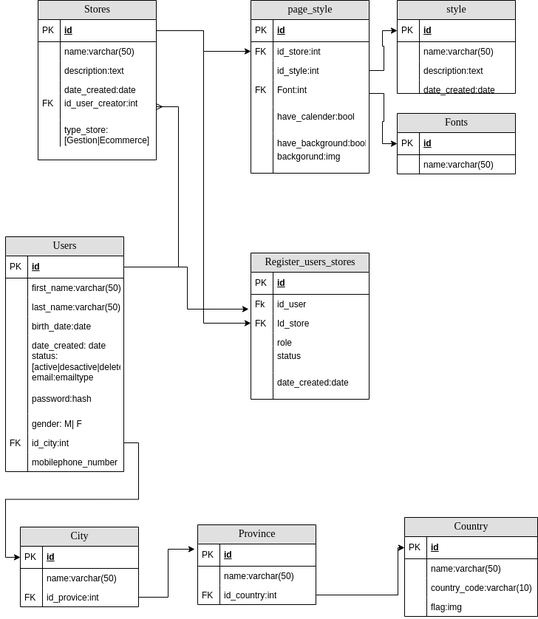
The draw.io diagram Untitled Diagram.drawio.png in facundoarguello/santwuald_backend, before a commit. Source tidied: cells renumbered, new cells last; positions are measured from the earlier drawing's top-left corner, leaving out a move shared by most shapes.
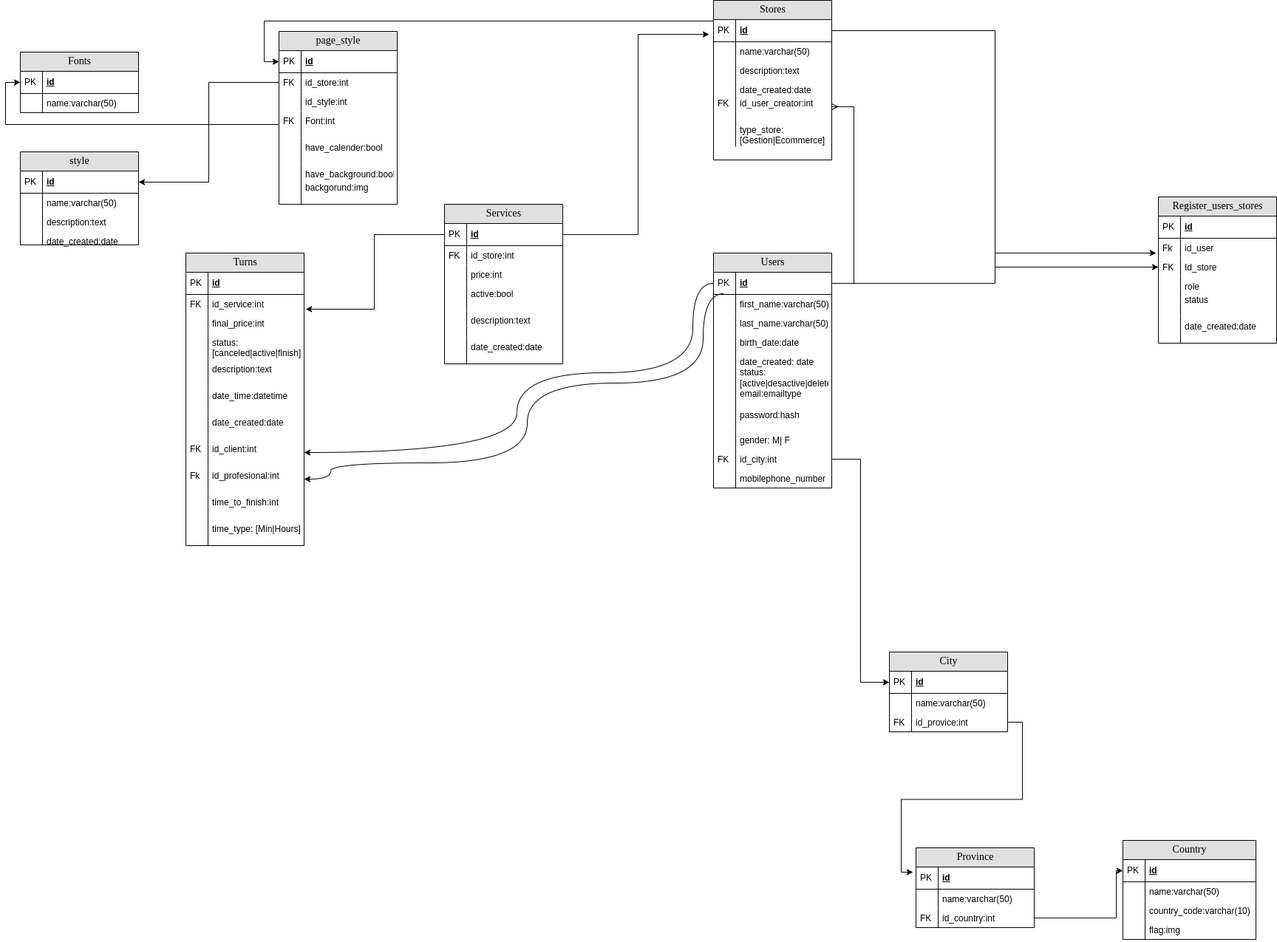
The same diagram one commit later.

Diff of the diagram source:
```diff
@@ -5,3 +5,3 @@
     <mxCell id="2" value="Users" style="swimlane;html=1;fontStyle=0;horizontal=1;startSize=26;fillColor=#e0e0e0;swimlaneFillColor=#ffffff;align=center;rounded=0;shadow=0;comic=0;labelBackgroundColor=none;strokeWidth=1;fontFamily=Verdana;fontSize=14;" parent="1" vertex="1">
-      <mxGeometry y="320" width="160" height="318" as="geometry" />
+      <mxGeometry x="-234" y="342" width="160" height="318" as="geometry" />
     </mxCell>
@@ -56,3 +56,3 @@
     <mxCell id="19" value="City" style="swimlane;html=1;fontStyle=0;horizontal=1;startSize=26;fillColor=#e0e0e0;swimlaneFillColor=#ffffff;align=center;rounded=0;shadow=0;comic=0;labelBackgroundColor=none;strokeWidth=1;fontFamily=Verdana;fontSize=14;" parent="1" vertex="1">
-      <mxGeometry x="20" y="713" width="160" height="108" as="geometry" />
+      <mxGeometry x="4" y="882" width="160" height="108" as="geometry" />
     </mxCell>
@@ -80,3 +80,3 @@
     <mxCell id="27" value="Province" style="swimlane;html=1;fontStyle=0;horizontal=1;startSize=26;fillColor=#e0e0e0;swimlaneFillColor=#ffffff;align=center;rounded=0;shadow=0;comic=0;labelBackgroundColor=none;strokeWidth=1;fontFamily=Verdana;fontSize=14;" parent="1" vertex="1">
-      <mxGeometry x="260" y="710" width="160" height="108" as="geometry" />
+      <mxGeometry x="40" y="1147" width="160" height="108" as="geometry" />
     </mxCell>
@@ -103,4 +103,4 @@
         <Array as="points">
-          <mxPoint x="531" y="805" />
-          <mxPoint x="531" y="741" />
+          <mxPoint x="311" y="1242" />
+          <mxPoint x="311" y="1178" />
         </Array>
@@ -109,3 +109,3 @@
     <mxCell id="35" value="Country" style="swimlane;html=1;fontStyle=0;horizontal=1;startSize=26;fillColor=#e0e0e0;swimlaneFillColor=#ffffff;align=center;rounded=0;shadow=0;comic=0;labelBackgroundColor=none;strokeWidth=1;fontFamily=Verdana;fontSize=14;" parent="1" vertex="1">
-      <mxGeometry x="540" y="700" width="180" height="134" as="geometry" />
+      <mxGeometry x="320" y="1137" width="180" height="134" as="geometry" />
     </mxCell>
@@ -139,3 +139,3 @@
     <mxCell id="45" value="Stores" style="swimlane;html=1;fontStyle=0;horizontal=1;startSize=26;fillColor=#e0e0e0;swimlaneFillColor=#ffffff;align=center;rounded=0;shadow=0;comic=0;labelBackgroundColor=none;strokeWidth=1;fontFamily=Verdana;fontSize=14;" parent="1" vertex="1">
-      <mxGeometry x="44" width="160" height="216" as="geometry" />
+      <mxGeometry x="-234" width="160" height="216" as="geometry" />
     </mxCell>
@@ -181,3 +181,3 @@
     <mxCell id="59" value="style" style="swimlane;html=1;fontStyle=0;horizontal=1;startSize=26;fillColor=#e0e0e0;swimlaneFillColor=#ffffff;align=center;rounded=0;shadow=0;comic=0;labelBackgroundColor=none;strokeWidth=1;fontFamily=Verdana;fontSize=14;" parent="1" vertex="1">
-      <mxGeometry x="530" width="160" height="126" as="geometry" />
+      <mxGeometry x="-1172" y="205" width="160" height="126" as="geometry" />
     </mxCell>
@@ -208,3 +208,3 @@
     <mxCell id="68" value="page_style" style="swimlane;html=1;fontStyle=0;horizontal=1;startSize=26;fillColor=#e0e0e0;swimlaneFillColor=#ffffff;align=center;rounded=0;shadow=0;comic=0;labelBackgroundColor=none;strokeWidth=1;fontFamily=Verdana;fontSize=14;" parent="1" vertex="1">
-      <mxGeometry x="332" width="160" height="234" as="geometry" />
+      <mxGeometry x="-822" y="42" width="160" height="234" as="geometry" />
     </mxCell>
@@ -246,7 +246,4 @@
     </mxCell>
-    <mxCell id="81" style="edgeStyle=orthogonalEdgeStyle;rounded=0;jettySize=auto;html=1;entryX=0;entryY=0.5;entryDx=0;entryDy=0;" parent="1" edge="1" source="73" target="60">
-      <mxGeometry relative="1" as="geometry" />
-    </mxCell>
     <mxCell id="82" value="backgorund:img" style="shape=partialRectangle;top=0;left=0;right=0;bottom=0;html=1;align=left;verticalAlign=top;fillColor=none;spacingLeft=34;spacingRight=4;whiteSpace=wrap;overflow=hidden;" parent="1" vertex="1">
-      <mxGeometry x="332" y="198" width="160" height="36" as="geometry" />
+      <mxGeometry x="-822" y="240" width="160" height="36" as="geometry" />
     </mxCell>
@@ -256,3 +253,3 @@
     <mxCell id="84" value="Fonts" style="swimlane;html=1;fontStyle=0;horizontal=1;startSize=26;fillColor=#e0e0e0;swimlaneFillColor=#ffffff;align=center;rounded=0;shadow=0;comic=0;labelBackgroundColor=none;strokeWidth=1;fontFamily=Verdana;fontSize=14;" parent="1" vertex="1">
-      <mxGeometry x="530" y="153" width="160" height="82" as="geometry" />
+      <mxGeometry x="-1172" y="70" width="160" height="82" as="geometry" />
     </mxCell>
@@ -273,7 +270,14 @@
     </mxCell>
-    <mxCell id="90" style="edgeStyle=orthogonalEdgeStyle;rounded=0;jettySize=auto;html=1;entryX=0;entryY=0.5;entryDx=0;entryDy=0;" parent="1" edge="1" source="46" target="71">
-      <mxGeometry relative="1" as="geometry" />
+    <mxCell id="90" style="edgeStyle=orthogonalEdgeStyle;rounded=0;orthogonalLoop=1;jettySize=auto;html=1;entryX=0;entryY=0.5;entryDx=0;entryDy=0;" parent="1" edge="1">
+      <mxGeometry relative="1" as="geometry">
+        <mxPoint x="-234" y="28" as="sourcePoint" />
+        <mxPoint x="-822" y="83" as="targetPoint" />
+        <Array as="points">
+          <mxPoint x="-842" y="28" />
+          <mxPoint x="-842" y="83" />
+        </Array>
+      </mxGeometry>
     </mxCell>
     <mxCell id="91" value="Register_users_stores" style="swimlane;html=1;fontStyle=0;horizontal=1;startSize=26;fillColor=#e0e0e0;swimlaneFillColor=#ffffff;align=center;rounded=0;shadow=0;comic=0;labelBackgroundColor=none;strokeWidth=1;fontFamily=Verdana;fontSize=14;" parent="1" vertex="1">
-      <mxGeometry x="332" y="342" width="160" height="198" as="geometry" />
+      <mxGeometry x="368" y="266" width="160" height="198" as="geometry" />
     </mxCell>
@@ -321,2 +325,142 @@
     </mxCell>
+    <mxCell id="106" style="edgeStyle=orthogonalEdgeStyle;rounded=0;jettySize=auto;html=1;entryX=1;entryY=0.5;entryDx=0;entryDy=0;" parent="1" edge="1" source="71" target="60">
+      <mxGeometry relative="1" as="geometry" />
+    </mxCell>
+    <mxCell id="107" value="Services" style="swimlane;html=1;fontStyle=0;horizontal=1;startSize=26;fillColor=#e0e0e0;swimlaneFillColor=#ffffff;align=center;rounded=0;shadow=0;comic=0;labelBackgroundColor=none;strokeWidth=1;fontFamily=Verdana;fontSize=14;" parent="1" vertex="1">
+      <mxGeometry x="-598" y="276" width="160" height="216" as="geometry" />
+    </mxCell>
+    <mxCell id="108" value="id" style="shape=partialRectangle;top=0;left=0;right=0;bottom=1;html=1;align=left;verticalAlign=middle;fillColor=none;spacingLeft=34;spacingRight=4;whiteSpace=wrap;overflow=hidden;points=[[0,0.5],[1,0.5]];portConstraint=eastwest;fontStyle=5;" parent="107" vertex="1">
+      <mxGeometry y="26" width="160" height="30" as="geometry" />
+    </mxCell>
+    <mxCell id="109" value="PK" style="shape=partialRectangle;top=0;left=0;bottom=0;html=1;fillColor=none;align=left;verticalAlign=middle;spacingLeft=4;spacingRight=4;whiteSpace=wrap;overflow=hidden;" parent="108" vertex="1">
+      <mxGeometry width="30" height="30" as="geometry" />
+    </mxCell>
+    <mxCell id="110" value="id_store:int" style="shape=partialRectangle;top=0;left=0;right=0;bottom=0;html=1;align=left;verticalAlign=top;fillColor=none;spacingLeft=34;spacingRight=4;whiteSpace=wrap;overflow=hidden;" parent="107" vertex="1">
+      <mxGeometry y="56" width="160" height="26" as="geometry" />
+    </mxCell>
+    <mxCell id="111" value="FK" style="shape=partialRectangle;top=0;left=0;bottom=0;html=1;fillColor=none;align=left;verticalAlign=top;spacingLeft=4;spacingRight=4;whiteSpace=wrap;overflow=hidden;" parent="110" vertex="1">
+      <mxGeometry width="30" height="26" as="geometry" />
+    </mxCell>
+    <mxCell id="112" value="price:int" style="shape=partialRectangle;top=0;left=0;right=0;bottom=0;html=1;align=left;verticalAlign=top;fillColor=none;spacingLeft=34;spacingRight=4;whiteSpace=wrap;overflow=hidden;" parent="107" vertex="1">
+      <mxGeometry y="82" width="160" height="26" as="geometry" />
+    </mxCell>
+    <mxCell id="113" style="shape=partialRectangle;top=0;left=0;bottom=0;html=1;fillColor=none;align=left;verticalAlign=top;spacingLeft=4;spacingRight=4;whiteSpace=wrap;overflow=hidden;" parent="112" vertex="1">
+      <mxGeometry width="30" height="26" as="geometry" />
+    </mxCell>
+    <mxCell id="114" value="active:bool" style="shape=partialRectangle;top=0;left=0;right=0;bottom=0;html=1;align=left;verticalAlign=top;fillColor=none;spacingLeft=34;spacingRight=4;whiteSpace=wrap;overflow=hidden;" parent="107" vertex="1">
+      <mxGeometry y="108" width="160" height="36" as="geometry" />
+    </mxCell>
+    <mxCell id="115" style="shape=partialRectangle;top=0;left=0;bottom=0;html=1;fillColor=none;align=left;verticalAlign=top;spacingLeft=4;spacingRight=4;whiteSpace=wrap;overflow=hidden;" parent="114" vertex="1">
+      <mxGeometry width="30" height="36" as="geometry" />
+    </mxCell>
+    <mxCell id="116" value="description:text" style="shape=partialRectangle;top=0;left=0;right=0;bottom=0;html=1;align=left;verticalAlign=top;fillColor=none;spacingLeft=34;spacingRight=4;whiteSpace=wrap;overflow=hidden;" parent="107" vertex="1">
+      <mxGeometry y="144" width="160" height="36" as="geometry" />
+    </mxCell>
+    <mxCell id="117" style="shape=partialRectangle;top=0;left=0;bottom=0;html=1;fillColor=none;align=left;verticalAlign=top;spacingLeft=4;spacingRight=4;whiteSpace=wrap;overflow=hidden;" parent="116" vertex="1">
+      <mxGeometry width="30" height="36" as="geometry" />
+    </mxCell>
+    <mxCell id="118" value="date_created:date" style="shape=partialRectangle;top=0;left=0;right=0;bottom=0;html=1;align=left;verticalAlign=top;fillColor=none;spacingLeft=34;spacingRight=4;whiteSpace=wrap;overflow=hidden;" parent="107" vertex="1">
+      <mxGeometry y="180" width="160" height="36" as="geometry" />
+    </mxCell>
+    <mxCell id="119" style="shape=partialRectangle;top=0;left=0;bottom=0;html=1;fillColor=none;align=left;verticalAlign=top;spacingLeft=4;spacingRight=4;whiteSpace=wrap;overflow=hidden;" parent="118" vertex="1">
+      <mxGeometry width="30" height="36" as="geometry" />
+    </mxCell>
+    <mxCell id="120" style="edgeStyle=orthogonalEdgeStyle;rounded=0;jettySize=auto;html=1;entryX=-0.037;entryY=0.667;entryDx=0;entryDy=0;entryPerimeter=0;" parent="1" edge="1" source="108" target="46">
+      <mxGeometry relative="1" as="geometry" />
+    </mxCell>
+    <mxCell id="121" value="Turns" style="swimlane;html=1;fontStyle=0;horizontal=1;startSize=26;fillColor=#e0e0e0;swimlaneFillColor=#ffffff;align=center;rounded=0;shadow=0;comic=0;labelBackgroundColor=none;strokeWidth=1;fontFamily=Verdana;fontSize=14;" parent="1" vertex="1">
+      <mxGeometry x="-948" y="342" width="160" height="396" as="geometry" />
+    </mxCell>
+    <mxCell id="122" value="id" style="shape=partialRectangle;top=0;left=0;right=0;bottom=1;html=1;align=left;verticalAlign=middle;fillColor=none;spacingLeft=34;spacingRight=4;whiteSpace=wrap;overflow=hidden;fontStyle=5;" parent="121" vertex="1">
+      <mxGeometry y="26" width="160" height="30" as="geometry" />
+    </mxCell>
+    <mxCell id="123" value="PK" style="shape=partialRectangle;top=0;left=0;bottom=0;html=1;fillColor=none;align=left;verticalAlign=middle;spacingLeft=4;spacingRight=4;whiteSpace=wrap;overflow=hidden;" parent="122" vertex="1">
+      <mxGeometry width="30" height="30" as="geometry" />
+    </mxCell>
+    <mxCell id="124" value="id_service:int" style="shape=partialRectangle;top=0;left=0;right=0;bottom=0;html=1;align=left;verticalAlign=top;fillColor=none;spacingLeft=34;spacingRight=4;whiteSpace=wrap;overflow=hidden;points=[[0,0.5],[1,0.5]];portConstraint=eastwest;" parent="121" vertex="1">
+      <mxGeometry y="56" width="160" height="26" as="geometry" />
+    </mxCell>
+    <mxCell id="125" value="FK" style="shape=partialRectangle;top=0;left=0;bottom=0;html=1;fillColor=none;align=left;verticalAlign=top;spacingLeft=4;spacingRight=4;whiteSpace=wrap;overflow=hidden;" parent="124" vertex="1">
+      <mxGeometry width="30" height="26" as="geometry" />
+    </mxCell>
+    <mxCell id="126" value="final_price:int" style="shape=partialRectangle;top=0;left=0;right=0;bottom=0;html=1;align=left;verticalAlign=top;fillColor=none;spacingLeft=34;spacingRight=4;whiteSpace=wrap;overflow=hidden;" parent="121" vertex="1">
+      <mxGeometry y="82" width="160" height="26" as="geometry" />
+    </mxCell>
+    <mxCell id="127" style="shape=partialRectangle;top=0;left=0;bottom=0;html=1;fillColor=none;align=left;verticalAlign=top;spacingLeft=4;spacingRight=4;whiteSpace=wrap;overflow=hidden;" parent="126" vertex="1">
+      <mxGeometry width="30" height="26" as="geometry" />
+    </mxCell>
+    <mxCell id="128" value="status:[canceled|active|finish]" style="shape=partialRectangle;top=0;left=0;right=0;bottom=0;html=1;align=left;verticalAlign=top;fillColor=none;spacingLeft=34;spacingRight=4;whiteSpace=wrap;overflow=hidden;" parent="121" vertex="1">
+      <mxGeometry y="108" width="160" height="36" as="geometry" />
+    </mxCell>
+    <mxCell id="129" style="shape=partialRectangle;top=0;left=0;bottom=0;html=1;fillColor=none;align=left;verticalAlign=top;spacingLeft=4;spacingRight=4;whiteSpace=wrap;overflow=hidden;" parent="128" vertex="1">
+      <mxGeometry width="30" height="36" as="geometry" />
+    </mxCell>
+    <mxCell id="130" value="description:text" style="shape=partialRectangle;top=0;left=0;right=0;bottom=0;html=1;align=left;verticalAlign=top;fillColor=none;spacingLeft=34;spacingRight=4;whiteSpace=wrap;overflow=hidden;" parent="121" vertex="1">
+      <mxGeometry y="144" width="160" height="36" as="geometry" />
+    </mxCell>
+    <mxCell id="131" style="shape=partialRectangle;top=0;left=0;bottom=0;html=1;fillColor=none;align=left;verticalAlign=top;spacingLeft=4;spacingRight=4;whiteSpace=wrap;overflow=hidden;" parent="130" vertex="1">
+      <mxGeometry width="30" height="36" as="geometry" />
+    </mxCell>
+    <mxCell id="132" value="date_time:datetime" style="shape=partialRectangle;top=0;left=0;right=0;bottom=0;html=1;align=left;verticalAlign=top;fillColor=none;spacingLeft=34;spacingRight=4;whiteSpace=wrap;overflow=hidden;" parent="121" vertex="1">
+      <mxGeometry y="180" width="160" height="36" as="geometry" />
+    </mxCell>
+    <mxCell id="133" style="shape=partialRectangle;top=0;left=0;bottom=0;html=1;fillColor=none;align=left;verticalAlign=top;spacingLeft=4;spacingRight=4;whiteSpace=wrap;overflow=hidden;" parent="132" vertex="1">
+      <mxGeometry width="30" height="36" as="geometry" />
+    </mxCell>
+    <mxCell id="134" value="date_created:date" style="shape=partialRectangle;top=0;left=0;right=0;bottom=0;html=1;align=left;verticalAlign=top;fillColor=none;spacingLeft=34;spacingRight=4;whiteSpace=wrap;overflow=hidden;" parent="121" vertex="1">
+      <mxGeometry y="216" width="160" height="36" as="geometry" />
+    </mxCell>
+    <mxCell id="135" style="shape=partialRectangle;top=0;left=0;bottom=0;html=1;fillColor=none;align=left;verticalAlign=top;spacingLeft=4;spacingRight=4;whiteSpace=wrap;overflow=hidden;" parent="134" vertex="1">
+      <mxGeometry width="30" height="36" as="geometry" />
+    </mxCell>
+    <mxCell id="136" value="id_client:int" style="shape=partialRectangle;top=0;left=0;right=0;bottom=0;html=1;align=left;verticalAlign=top;fillColor=none;spacingLeft=34;spacingRight=4;whiteSpace=wrap;overflow=hidden;points=[[0,0.5],[1,0.5]];portConstraint=eastwest;" parent="121" vertex="1">
+      <mxGeometry y="252" width="160" height="36" as="geometry" />
+    </mxCell>
+    <mxCell id="137" value="FK" style="shape=partialRectangle;top=0;left=0;bottom=0;html=1;fillColor=none;align=left;verticalAlign=top;spacingLeft=4;spacingRight=4;whiteSpace=wrap;overflow=hidden;" parent="136" vertex="1">
+      <mxGeometry width="30" height="36" as="geometry" />
+    </mxCell>
+    <mxCell id="138" value="id_profesional:int" style="shape=partialRectangle;top=0;left=0;right=0;bottom=0;html=1;align=left;verticalAlign=top;fillColor=none;spacingLeft=34;spacingRight=4;whiteSpace=wrap;overflow=hidden;points=[[0,0.5],[1,0.5]];portConstraint=eastwest;" parent="121" vertex="1">
+      <mxGeometry y="288" width="160" height="36" as="geometry" />
+    </mxCell>
+    <mxCell id="139" value="Fk" style="shape=partialRectangle;top=0;left=0;bottom=0;html=1;fillColor=none;align=left;verticalAlign=top;spacingLeft=4;spacingRight=4;whiteSpace=wrap;overflow=hidden;" parent="138" vertex="1">
+      <mxGeometry width="30" height="36" as="geometry" />
+    </mxCell>
+    <mxCell id="140" value="time_to_finish:int" style="shape=partialRectangle;top=0;left=0;right=0;bottom=0;html=1;align=left;verticalAlign=top;fillColor=none;spacingLeft=34;spacingRight=4;whiteSpace=wrap;overflow=hidden;" parent="121" vertex="1">
+      <mxGeometry y="324" width="160" height="36" as="geometry" />
+    </mxCell>
+    <mxCell id="141" style="shape=partialRectangle;top=0;left=0;bottom=0;html=1;fillColor=none;align=left;verticalAlign=top;spacingLeft=4;spacingRight=4;whiteSpace=wrap;overflow=hidden;" parent="140" vertex="1">
+      <mxGeometry width="30" height="36" as="geometry" />
+    </mxCell>
+    <mxCell id="142" value="time_type: [Min|Hours]" style="shape=partialRectangle;top=0;left=0;right=0;bottom=0;html=1;align=left;verticalAlign=top;fillColor=none;spacingLeft=34;spacingRight=4;whiteSpace=wrap;overflow=hidden;" parent="121" vertex="1">
+      <mxGeometry y="360" width="160" height="36" as="geometry" />
+    </mxCell>
+    <mxCell id="143" style="shape=partialRectangle;top=0;left=0;bottom=0;html=1;fillColor=none;align=left;verticalAlign=top;spacingLeft=4;spacingRight=4;whiteSpace=wrap;overflow=hidden;" parent="142" vertex="1">
+      <mxGeometry width="30" height="36" as="geometry" />
+    </mxCell>
+    <mxCell id="144" style="edgeStyle=orthogonalEdgeStyle;rounded=0;jettySize=auto;html=1;entryX=1.013;entryY=0.769;entryDx=0;entryDy=0;entryPerimeter=0;" parent="1" edge="1" source="108" target="124">
+      <mxGeometry relative="1" as="geometry" />
+    </mxCell>
+    <mxCell id="145" style="edgeStyle=orthogonalEdgeStyle;rounded=0;jettySize=auto;html=1;entryX=1;entryY=0.5;entryDx=0;entryDy=0;curved=1;exitX=0;exitY=0.5;exitDx=0;exitDy=0;" parent="1" edge="1" source="3" target="136">
+      <mxGeometry relative="1" as="geometry">
+        <Array as="points">
+          <mxPoint x="-262" y="383" />
+          <mxPoint x="-262" y="504" />
+          <mxPoint x="-500" y="504" />
+          <mxPoint x="-500" y="612" />
+        </Array>
+      </mxGeometry>
+    </mxCell>
+    <mxCell id="146" style="edgeStyle=orthogonalEdgeStyle;rounded=0;jettySize=auto;html=1;curved=1;exitX=0;exitY=0.5;exitDx=0;exitDy=0;entryX=1;entryY=0.5;entryDx=0;entryDy=0;" parent="1" edge="1" target="138">
+      <mxGeometry relative="1" as="geometry">
+        <mxPoint x="-220" y="397" as="sourcePoint" />
+        <Array as="points">
+          <mxPoint x="-248" y="397" />
+          <mxPoint x="-248" y="518" />
+          <mxPoint x="-486" y="518" />
+          <mxPoint x="-486" y="626" />
+          <mxPoint x="-752" y="626" />
+          <mxPoint x="-752" y="648" />
+        </Array>
+      </mxGeometry>
+    </mxCell>
   </root>
```
